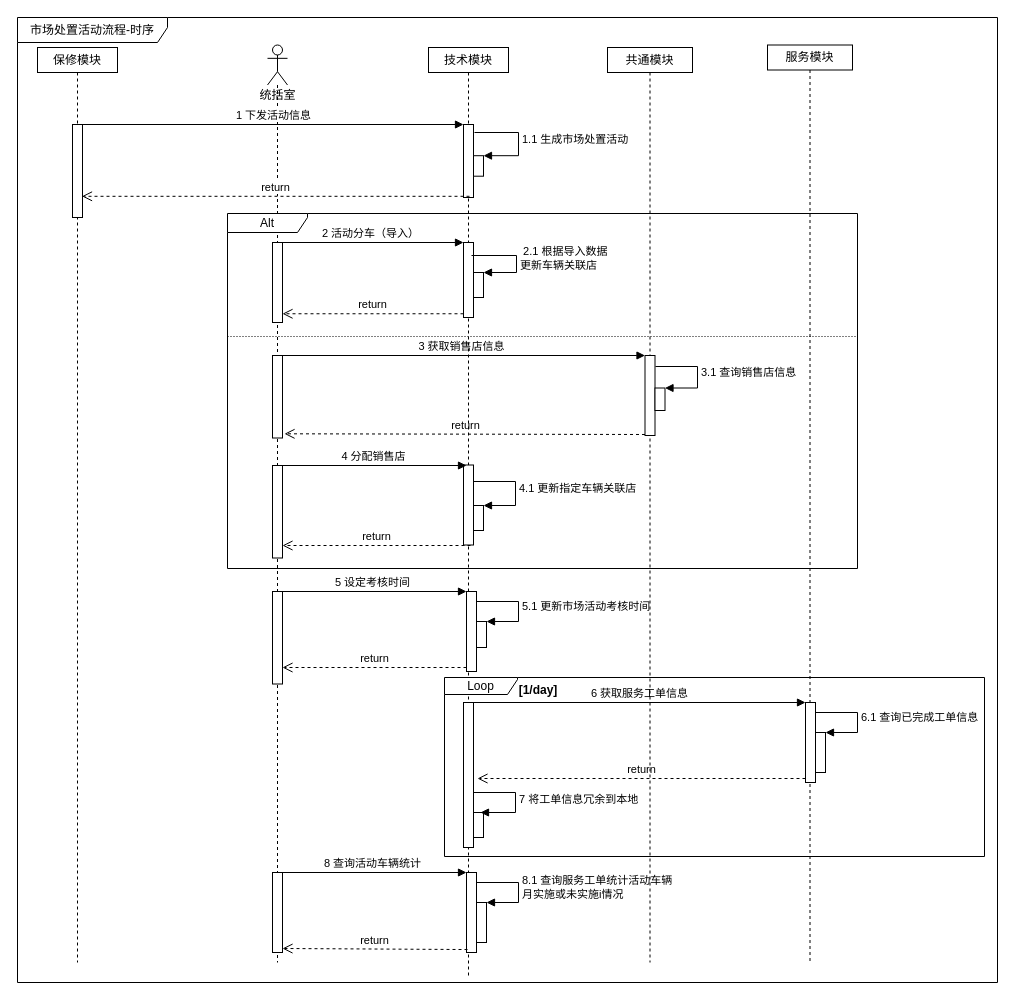
Before: 市场处置活动流程.drawio in Fat-Rice/study, a draw.io diagram. Source tidied: cells renumbered, new cells numbered last; positions are measured from the earlier drawing's top-left corner, leaving out a move shared by most shapes. Both pictures are drawn from the tidied source at 100%, with x=0, y=0 at pixel (17, 17).
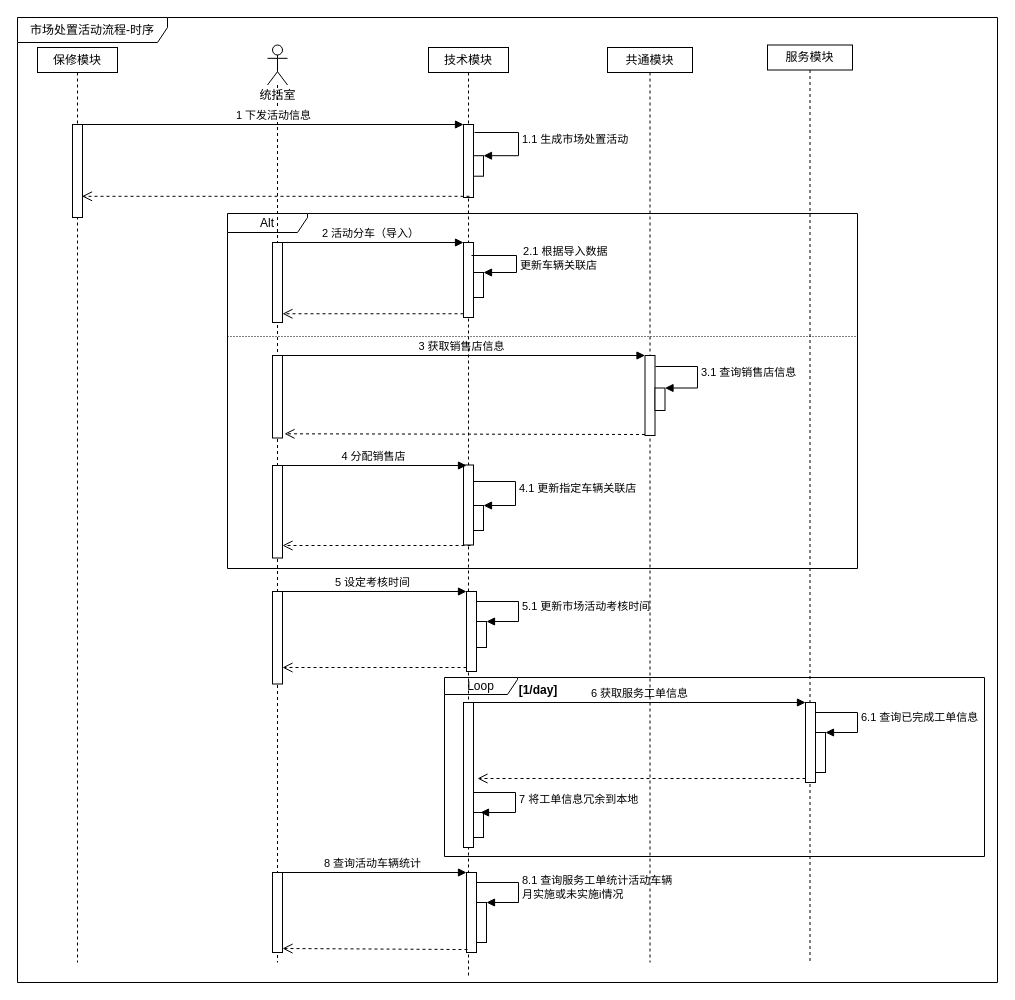
After the change.

Commit message (it also covers changes not shown here):
更新市场处置活动流程.drawio

Unchanged cells that the change refers to:
```xml
<mxCell id="6" style="html=1;points=[];perimeter=orthogonalPerimeter;" parent="2" vertex="1">
  <mxGeometry x="38" y="544" width="10" height="80" as="geometry" />
</mxCell>
<mxCell id="7" style="html=1;points=[];perimeter=orthogonalPerimeter;" parent="2" vertex="1">
  <mxGeometry x="35" y="195" width="10" height="75" as="geometry" />
</mxCell>
<mxCell id="18" style="html=1;points=[];perimeter=orthogonalPerimeter;" parent="2" vertex="1">
  <mxGeometry x="38" y="825" width="10" height="80" as="geometry" />
</mxCell>
<mxCell id="24" style="html=1;points=[];perimeter=orthogonalPerimeter;" parent="23" vertex="1">
  <mxGeometry x="5" y="197.5" width="10" height="80" as="geometry" />
</mxCell>
<mxCell id="26" style="html=1;points=[];perimeter=orthogonalPerimeter;" parent="23" vertex="1">
  <mxGeometry x="5" y="546.5" width="10" height="92.5" as="geometry" />
</mxCell>
<mxCell id="40" style="html=1;points=[];perimeter=orthogonalPerimeter;" parent="39" vertex="1">
  <mxGeometry x="38" y="657.5" width="10" height="80" as="geometry" />
</mxCell>
```

The edit, as a diff of the source:
```diff
@@
+    <mxCell id="54" value="Loop" style="shape=umlFrame;whiteSpace=wrap;html=1;width=73;height=17;" parent="1" vertex="1">
+      <mxGeometry x="427" y="660" width="540" height="179" as="geometry" />
+    </mxCell>
+    <mxCell id="53" value="Alt" style="shape=umlFrame;whiteSpace=wrap;html=1;width=80;height=19;" parent="1" vertex="1">
+      <mxGeometry x="210" y="196" width="630" height="355" as="geometry" />
+    </mxCell>
+    <mxCell id="55" value="市场处置活动流程-时序" style="shape=umlFrame;whiteSpace=wrap;html=1;width=150;height=25;" parent="1" vertex="1">
+      <mxGeometry width="980" height="965" as="geometry" />
+    </mxCell>
@@
-    <mxCell id="22" value="return" style="html=1;verticalAlign=bottom;endArrow=open;dashed=1;endSize=8;exitX=0.1;exitY=0.963;rounded=0;labelBackgroundColor=none;exitDx=0;exitDy=0;exitPerimeter=0;" parent="1" edge="1" source="18">
+    <mxCell id="22" style="html=1;verticalAlign=bottom;endArrow=open;dashed=1;endSize=8;exitX=0.1;exitY=0.963;rounded=0;labelBackgroundColor=none;exitDx=0;exitDy=0;exitPerimeter=0;" parent="1" edge="1" source="18">
       <mxGeometry relative="1" as="geometry">
         <mxPoint x="265" y="931" as="targetPoint" />
       </mxGeometry>
     </mxCell>
@@
-    <mxCell id="36" value="return" style="html=1;verticalAlign=bottom;endArrow=open;dashed=1;endSize=8;rounded=0;" parent="1" edge="1">
+    <mxCell id="36" style="html=1;verticalAlign=bottom;endArrow=open;dashed=1;endSize=8;rounded=0;" parent="1" edge="1">
       <mxGeometry relative="1" as="geometry">
         <mxPoint x="452" y="178.8" as="sourcePoint" />
         <mxPoint x="64.5" y="178.8" as="targetPoint" />
       </mxGeometry>
     </mxCell>
@@
-    <mxCell id="38" value="return" style="html=1;verticalAlign=bottom;endArrow=open;dashed=1;endSize=8;exitX=0;exitY=0.95;rounded=0;" parent="1" edge="1" source="7" target="24">
+    <mxCell id="38" style="html=1;verticalAlign=bottom;endArrow=open;dashed=1;endSize=8;exitX=0;exitY=0.95;rounded=0;" parent="1" edge="1" source="7" target="24">
       <mxGeometry relative="1" as="geometry" />
     </mxCell>
@@
-    <mxCell id="44" value="return" style="html=1;verticalAlign=bottom;endArrow=open;dashed=1;endSize=8;rounded=0;" parent="1" edge="1">
+    <mxCell id="44" style="html=1;verticalAlign=bottom;endArrow=open;dashed=1;endSize=8;rounded=0;" parent="1" edge="1">
       <mxGeometry relative="1" as="geometry">
         <mxPoint x="453" y="528" as="sourcePoint" />
         <mxPoint x="265" y="528" as="targetPoint" />
       </mxGeometry>
     </mxCell>
@@
-    <mxCell id="46" value="return" style="html=1;verticalAlign=bottom;endArrow=open;dashed=1;endSize=8;exitX=0;exitY=0.95;rounded=0;" parent="1" edge="1" source="6" target="26">
+    <mxCell id="46" style="html=1;verticalAlign=bottom;endArrow=open;dashed=1;endSize=8;exitX=0;exitY=0.95;rounded=0;" parent="1" edge="1" source="6" target="26">
       <mxGeometry relative="1" as="geometry" />
     </mxCell>
@@
-    <mxCell id="48" value="return" style="html=1;verticalAlign=bottom;endArrow=open;dashed=1;endSize=8;exitX=0;exitY=0.95;rounded=0;labelBackgroundColor=none;entryX=1.2;entryY=0.913;entryDx=0;entryDy=0;entryPerimeter=0;" parent="1" edge="1">
+    <mxCell id="48" style="html=1;verticalAlign=bottom;endArrow=open;dashed=1;endSize=8;exitX=0;exitY=0.95;rounded=0;labelBackgroundColor=none;entryX=1.2;entryY=0.913;entryDx=0;entryDy=0;entryPerimeter=0;" parent="1" edge="1">
       <mxGeometry relative="1" as="geometry">
         <mxPoint x="627.5" y="417" as="sourcePoint" />
         <mxPoint x="267" y="416.3" as="targetPoint" />
       </mxGeometry>
     </mxCell>
@@
-    <mxCell id="50" value="return" style="html=1;verticalAlign=bottom;endArrow=open;dashed=1;endSize=8;exitX=0;exitY=0.95;rounded=0;labelBackgroundColor=none;" parent="1" edge="1" source="40">
+    <mxCell id="50" style="html=1;verticalAlign=bottom;endArrow=open;dashed=1;endSize=8;exitX=0;exitY=0.95;rounded=0;labelBackgroundColor=none;" parent="1" edge="1" source="40">
       <mxGeometry relative="1" as="geometry">
         <mxPoint x="460" y="761" as="targetPoint" />
       </mxGeometry>
     </mxCell>
@@
-    <mxCell id="53" value="Alt" style="shape=umlFrame;whiteSpace=wrap;html=1;width=80;height=19;" parent="1" vertex="1">
-      <mxGeometry x="210" y="196" width="630" height="355" as="geometry" />
-    </mxCell>
-    <mxCell id="54" value="Loop" style="shape=umlFrame;whiteSpace=wrap;html=1;width=73;height=17;" parent="1" vertex="1">
-      <mxGeometry x="427" y="660" width="540" height="179" as="geometry" />
-    </mxCell>
-    <mxCell id="55" value="市场处置活动流程-时序" style="shape=umlFrame;whiteSpace=wrap;html=1;width=150;height=25;" parent="1" vertex="1">
-      <mxGeometry width="980" height="965" as="geometry" />
-    </mxCell>
```
